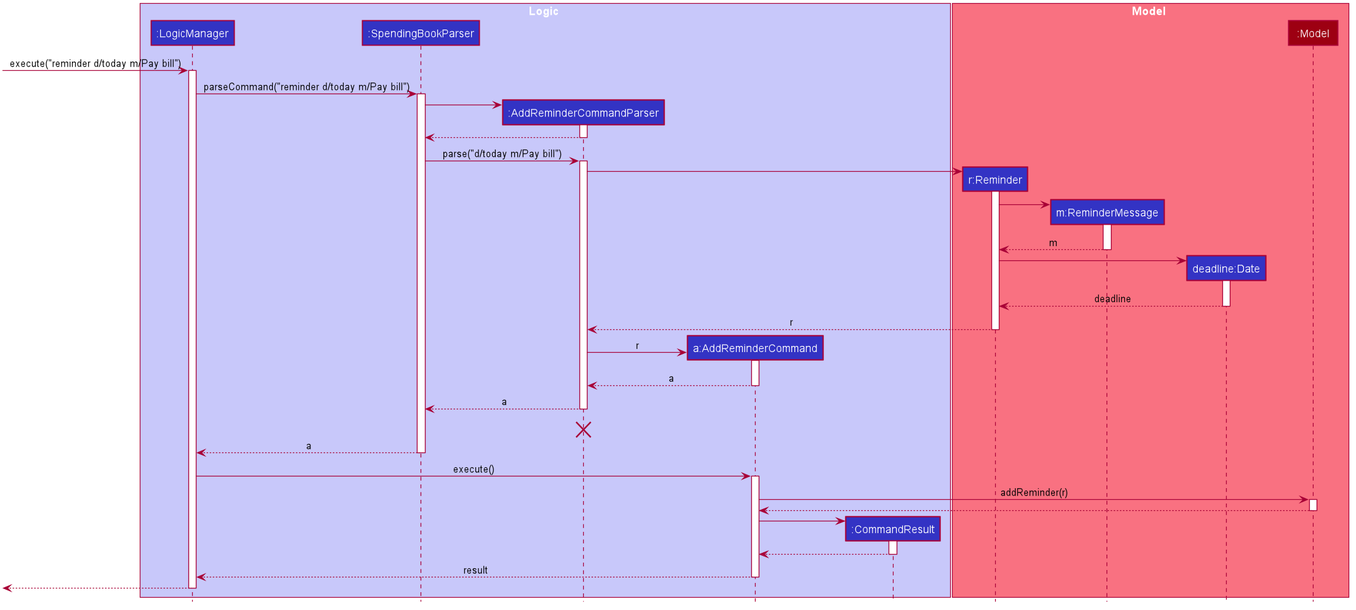
Earlier version of the PlantUML export docs/images/AddReminderSequenceDiagram.png (nus-cs2103-AY1920S1/addressbook-level3).
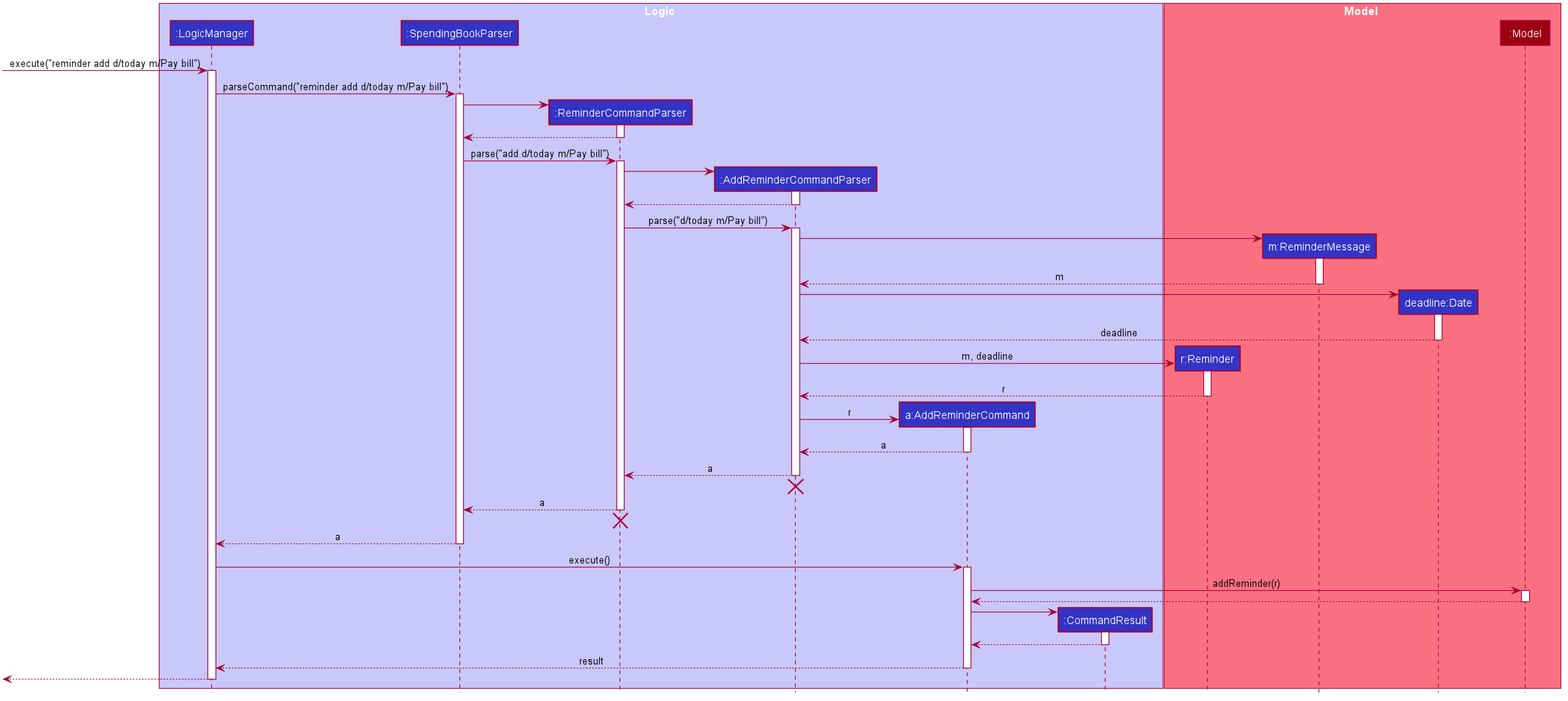
Later version of the same file.

The edit, as a diff of the source:
```diff
@@ -51,6 +51,7 @@
 box Logic #C8C8FA
 participant ":LogicManager" as LogicManager #3333C4
 participant ":SpendingBookParser" as SpendingBookParser #3333C4
+participant ":ReminderCommandParser" as ReminderCommandParser #3333C4
 participant ":AddReminderCommandParser" as AddReminderCommandParser #3333C4
 participant "a:AddReminderCommand" as AddReminderCommand #3333C4
 participant ":CommandResult" as CommandResult #3333C4
@@ -63,39 +64,50 @@
 participant ":Model" as Model #9D0012
 end box
 
-[-> LogicManager : execute("reminder d/today m/Pay bill")
+[-> LogicManager : execute("reminder add d/today m/Pay bill")
 activate LogicManager
 
-LogicManager -> SpendingBookParser : parseCommand("reminder d/today m/Pay bill")
+LogicManager -> SpendingBookParser : parseCommand("reminder add d/today m/Pay bill")
 activate SpendingBookParser
 
+create ReminderCommandParser
+SpendingBookParser -> ReminderCommandParser
+activate ReminderCommandParser
+
+
+ReminderCommandParser --> SpendingBookParser
+deactivate ReminderCommandParser
+
+SpendingBookParser -> ReminderCommandParser : parse("add d/today m/Pay bill")
+activate ReminderCommandParser
+
 create AddReminderCommandParser
-SpendingBookParser -> AddReminderCommandParser
+ReminderCommandParser -> AddReminderCommandParser
 activate AddReminderCommandParser
 
-AddReminderCommandParser --> SpendingBookParser
+AddReminderCommandParser --> ReminderCommandParser
 deactivate AddReminderCommandParser
 
-SpendingBookParser -> AddReminderCommandParser : parse("d/today m/Pay bill")
+ReminderCommandParser -> AddReminderCommandParser : parse("d/today m/Pay bill")
 activate AddReminderCommandParser
 
-create Reminder
-AddReminderCommandParser -> Reminder
-activate Reminder
-
 create ReminderMessage
-Reminder -> ReminderMessage
+AddReminderCommandParser -> ReminderMessage
 activate ReminderMessage
 
-ReminderMessage --> Reminder : m
+ReminderMessage --> AddReminderCommandParser : m
 deactivate ReminderMessage
 
 create Date
-Reminder -> Date
+AddReminderCommandParser -> Date
 activate Date
 
-Date --> Reminder : deadline
+Date --> AddReminderCommandParser : deadline
 deactivate Date
+
+create Reminder
+AddReminderCommandParser -> Reminder : m, deadline
+activate Reminder
 
 Reminder --> AddReminderCommandParser : r
 deactivate Reminder
@@ -107,10 +119,15 @@
 AddReminderCommand --> AddReminderCommandParser : a
 deactivate AddReminderCommand
 
-AddReminderCommandParser --> SpendingBookParser : a
+AddReminderCommandParser --> ReminderCommandParser : a
 deactivate AddReminderCommandParser
-AddReminderCommandParser -[hidden]-> AddReminderCommandParser
+AddReminderCommandParser -[hidden]-> ReminderCommandParser
 destroy AddReminderCommandParser
+
+ReminderCommandParser --> SpendingBookParser : a
+deactivate ReminderCommandParser
+ReminderCommandParser -[hidden]-> SpendingBookParser
+destroy ReminderCommandParser
 
 SpendingBookParser --> LogicManager : a
 deactivate SpendingBookParser
```
